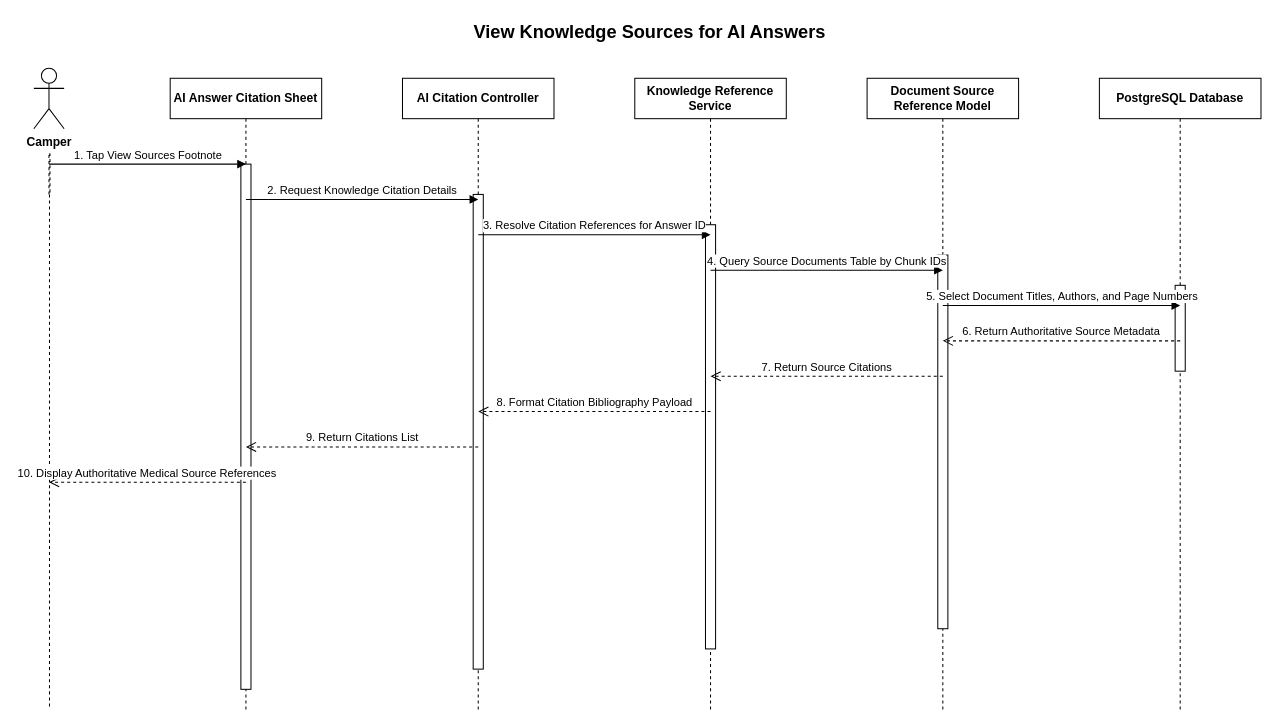
SEM9-CAPSTONE/CTMS keeps this draw.io diagram as docs/sequence-diagrams/CTMS-71-View-Knowledge-Sources-for-AI-Answers.drawio. Above is the earlier version. Source tidied: cells renumbered, new cells numbered last; positions are measured from the earlier drawing's top-left corner, leaving out a move shared by most shapes. Both pictures are drawn from the tidied source at 101%, with x=0, y=0 at pixel (33, 17).
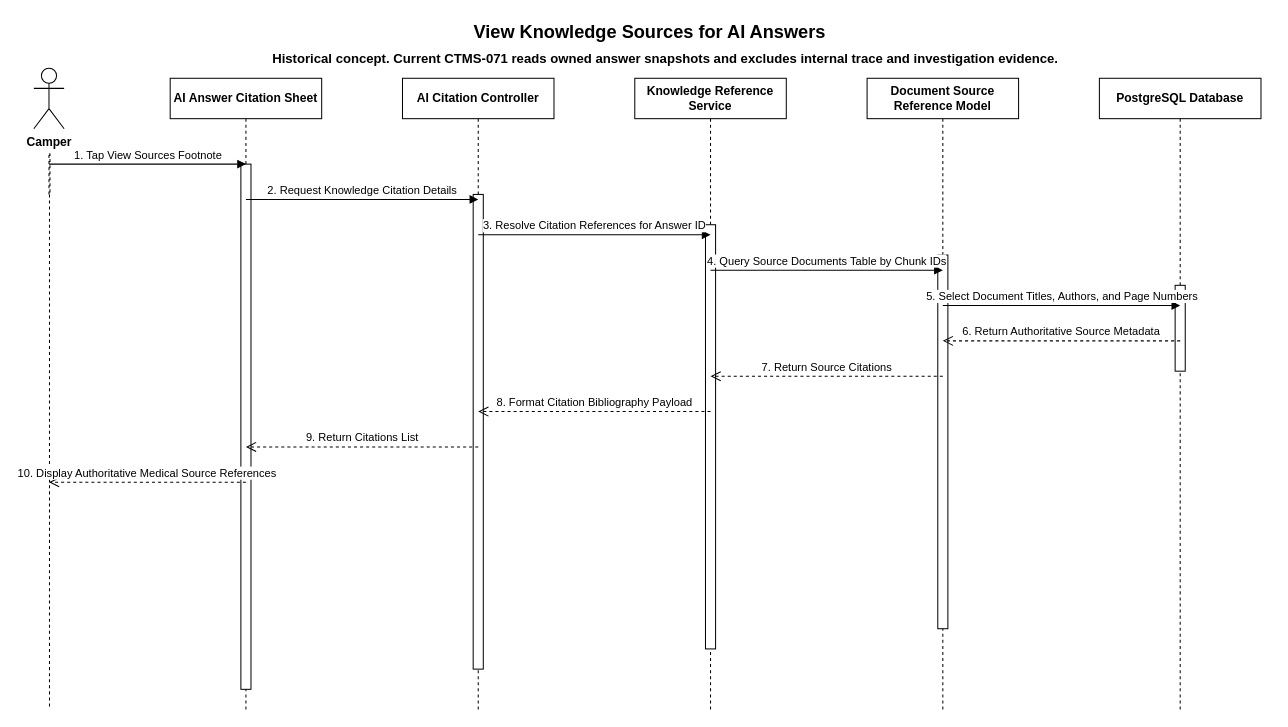
After the change.

The edit, as a diff of the source:
```diff
@@
+    <mxCell id="25" value="Historical concept. Current CTMS-071 reads owned answer snapshots and excludes internal trace and investigation evidence." style="text;html=1;strokeColor=none;fillColor=none;align=center;verticalAlign=middle;fontColor=#000000;fontStyle=1;fontSize=13;" parent="1" vertex="1">
+      <mxGeometry x="25" y="30" width="1200" height="20" as="geometry" />
+    </mxCell>
```
